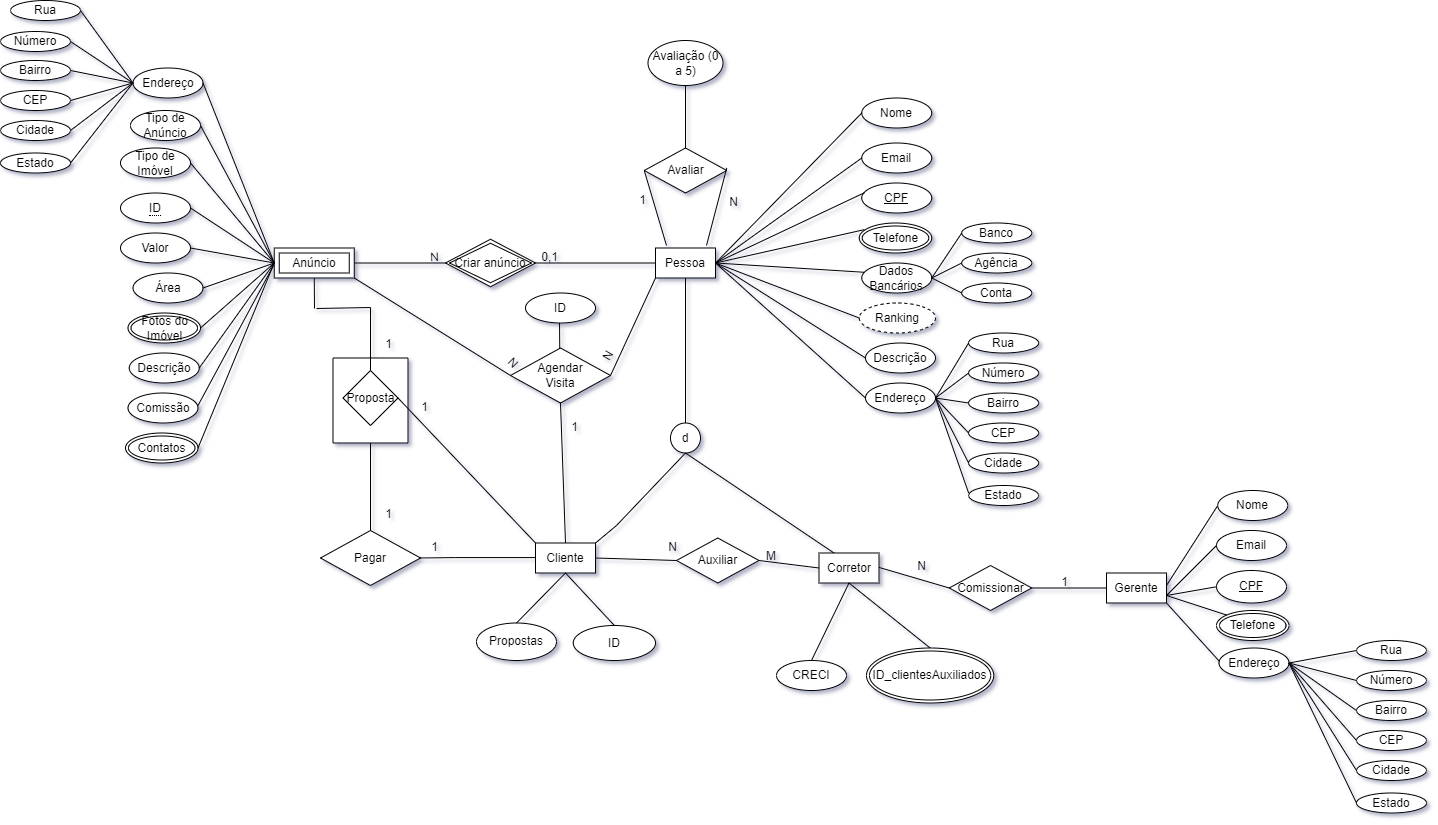
This is ERD_atualizado.png from yvesemmanuel/real_estate, a draw.io export, as it was before one commit. Source tidied: cells renumbered, new cells last; positions are measured from the earlier drawing's top-left corner, leaving out a move shared by most shapes.
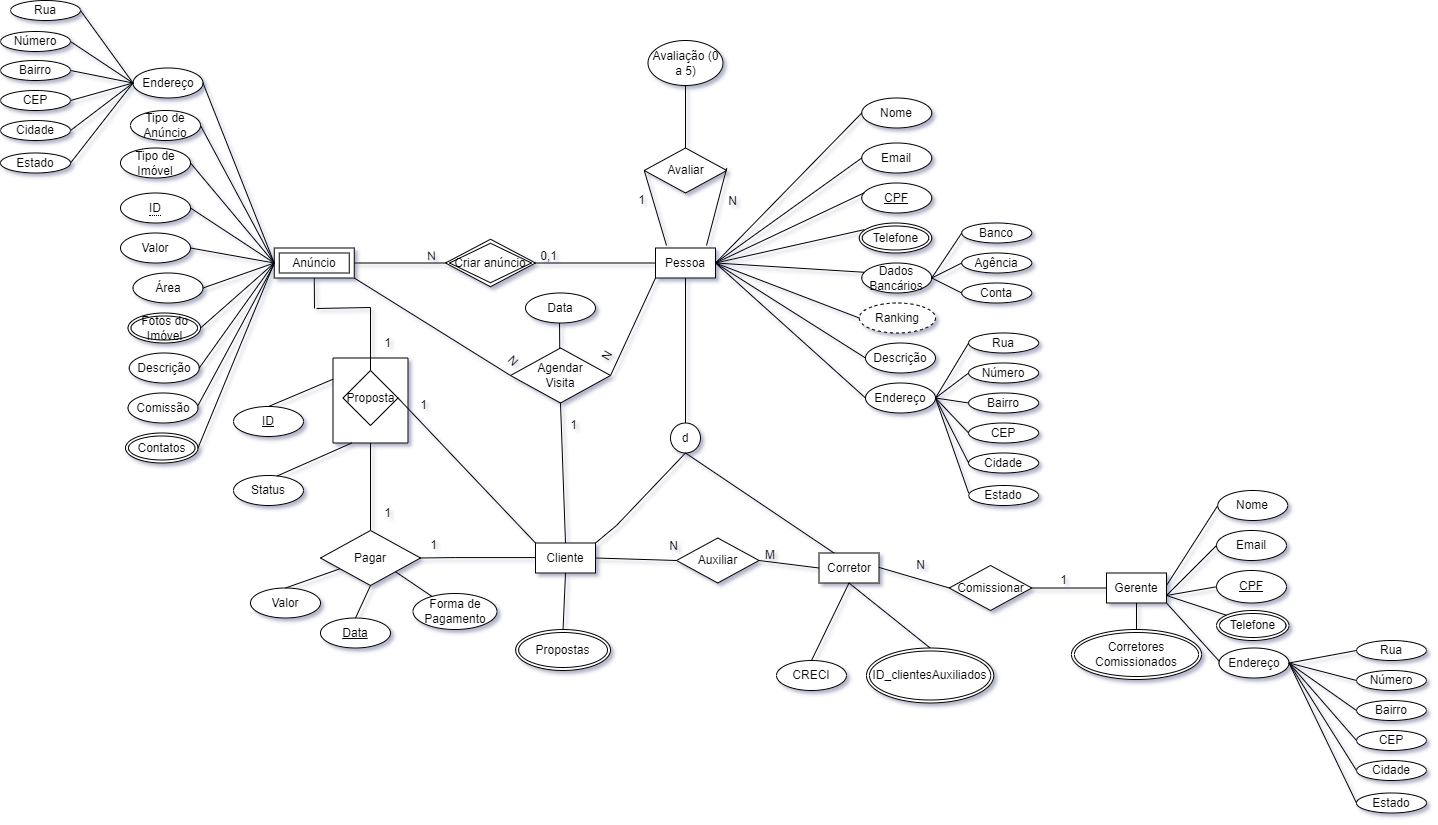
After the change.

The edit, as a diff of the source:
```diff
@@ -131,9 +131,6 @@
     <mxCell id="42" value="Cliente" style="whiteSpace=wrap;html=1;align=center;" parent="1" vertex="1">
       <mxGeometry x="535" y="542.5" width="60" height="30" as="geometry" />
     </mxCell>
-    <mxCell id="43" value="Propostas" style="ellipse;whiteSpace=wrap;html=1;align=center;" parent="1" vertex="1">
-      <mxGeometry x="476" y="622.5" width="80" height="37.5" as="geometry" />
-    </mxCell>
     <mxCell id="44" style="endArrow=none;html=1;rounded=0;exitX=0.5;exitY=1;exitDx=0;exitDy=0;entryX=0.5;entryY=0;entryDx=0;entryDy=0;" parent="1" edge="1" source="42" target="43">
       <mxGeometry relative="1" as="geometry" />
     </mxCell>
@@ -497,14 +494,47 @@
     <mxCell id="147" style="endArrow=none;html=1;rounded=0;exitX=1;exitY=0.5;exitDx=0;exitDy=0;entryX=0;entryY=0.5;entryDx=0;entryDy=0;" parent="1" edge="1" source="146" target="49">
       <mxGeometry relative="1" as="geometry" />
     </mxCell>
-    <mxCell id="148" value="ID" style="ellipse;whiteSpace=wrap;html=1;align=center;" parent="1" vertex="1">
+    <mxCell id="148" value="Data" style="ellipse;whiteSpace=wrap;html=1;align=center;" parent="1" vertex="1">
       <mxGeometry x="525" y="292.5" width="70" height="30" as="geometry" />
     </mxCell>
+    <mxCell id="43" value="Propostas" style="ellipse;shape=doubleEllipse;margin=3;whiteSpace=wrap;html=1;align=center;" parent="1" vertex="1">
+      <mxGeometry x="515.1" y="629" width="94.9" height="41" as="geometry" />
+    </mxCell>
+    <mxCell id="151" value="&lt;span id=&quot;docs-internal-guid-6e733103-7fff-de5a-50ce-f3941acd1f3d&quot;&gt;&lt;span style=&quot;font-family: &amp;#34;arial&amp;#34; ; background-color: transparent ; vertical-align: baseline&quot;&gt;Corretores&lt;br&gt;Comissionados &lt;/span&gt;&lt;/span&gt;" style="ellipse;shape=doubleEllipse;margin=3;whiteSpace=wrap;html=1;align=center;" parent="1" vertex="1">
+      <mxGeometry x="1070.9" y="629" width="130.1" height="50" as="geometry" />
+    </mxCell>
+    <mxCell id="152" style="endArrow=none;html=1;rounded=0;entryX=0.5;entryY=1;entryDx=0;entryDy=0;exitX=0.5;exitY=0;exitDx=0;exitDy=0;" parent="1" edge="1" source="151" target="111">
+      <mxGeometry relative="1" as="geometry" />
+    </mxCell>
-    <mxCell id="149" value="ID" style="ellipse;whiteSpace=wrap;html=1;align=center;" parent="1" vertex="1">
-      <mxGeometry x="572.8" y="625" width="82.2" height="35" as="geometry" />
+    <mxCell id="149" value="&lt;u&gt;ID&lt;/u&gt;" style="ellipse;whiteSpace=wrap;html=1;align=center;" parent="1" vertex="1">
+      <mxGeometry x="233" y="406" width="70" height="30" as="geometry" />
     </mxCell>
-    <mxCell id="150" style="endArrow=none;html=1;rounded=0;exitX=0.5;exitY=0;exitDx=0;exitDy=0;entryX=0.5;entryY=1;entryDx=0;entryDy=0;" parent="1" edge="1" source="149" target="42">
-      <mxGeometry relative="1" as="geometry" />
-    </mxCell>
+    <mxCell id="153" style="endArrow=none;html=1;rounded=0;exitX=0.75;exitY=0;exitDx=0;exitDy=0;entryX=0.5;entryY=0;entryDx=0;entryDy=0;" parent="1" edge="1" source="81" target="149">
+      <mxGeometry relative="1" as="geometry" />
+    </mxCell>
+    <mxCell id="154" value="Status" style="ellipse;whiteSpace=wrap;html=1;align=center;" parent="1" vertex="1">
+      <mxGeometry x="233" y="475" width="70" height="30" as="geometry" />
+    </mxCell>
+    <mxCell id="155" style="endArrow=none;html=1;rounded=0;exitX=0;exitY=0.25;exitDx=0;exitDy=0;entryX=0.624;entryY=0.016;entryDx=0;entryDy=0;entryPerimeter=0;" parent="1" edge="1" source="81" target="154">
+      <mxGeometry relative="1" as="geometry" />
+    </mxCell>
+    <mxCell id="156" value="Valor" style="ellipse;whiteSpace=wrap;html=1;align=center;" parent="1" vertex="1">
+      <mxGeometry x="250" y="587.5" width="70" height="30" as="geometry" />
+    </mxCell>
+    <mxCell id="157" value="Forma de Pagamento" style="ellipse;whiteSpace=wrap;html=1;align=center;" parent="1" vertex="1">
+      <mxGeometry x="412.5" y="593" width="84" height="36" as="geometry" />
+    </mxCell>
+    <mxCell id="158" value="&lt;u&gt;Data&lt;/u&gt;" style="ellipse;whiteSpace=wrap;html=1;align=center;" parent="1" vertex="1">
+      <mxGeometry x="320" y="617.5" width="70" height="30" as="geometry" />
+    </mxCell>
+    <mxCell id="159" style="endArrow=none;html=1;rounded=0;entryX=0.5;entryY=0;entryDx=0;entryDy=0;" parent="1" edge="1" source="78" target="156">
+      <mxGeometry relative="1" as="geometry" />
+    </mxCell>
+    <mxCell id="160" style="endArrow=none;html=1;rounded=0;entryX=0.5;entryY=0;entryDx=0;entryDy=0;exitX=0.5;exitY=1;exitDx=0;exitDy=0;" parent="1" edge="1" source="78" target="158">
+      <mxGeometry relative="1" as="geometry" />
+    </mxCell>
+    <mxCell id="161" style="endArrow=none;html=1;rounded=0;exitX=1;exitY=1;exitDx=0;exitDy=0;" parent="1" edge="1" source="78" target="157">
+      <mxGeometry relative="1" as="geometry" />
+    </mxCell>
   </root>
 </mxGraphModel>
```
